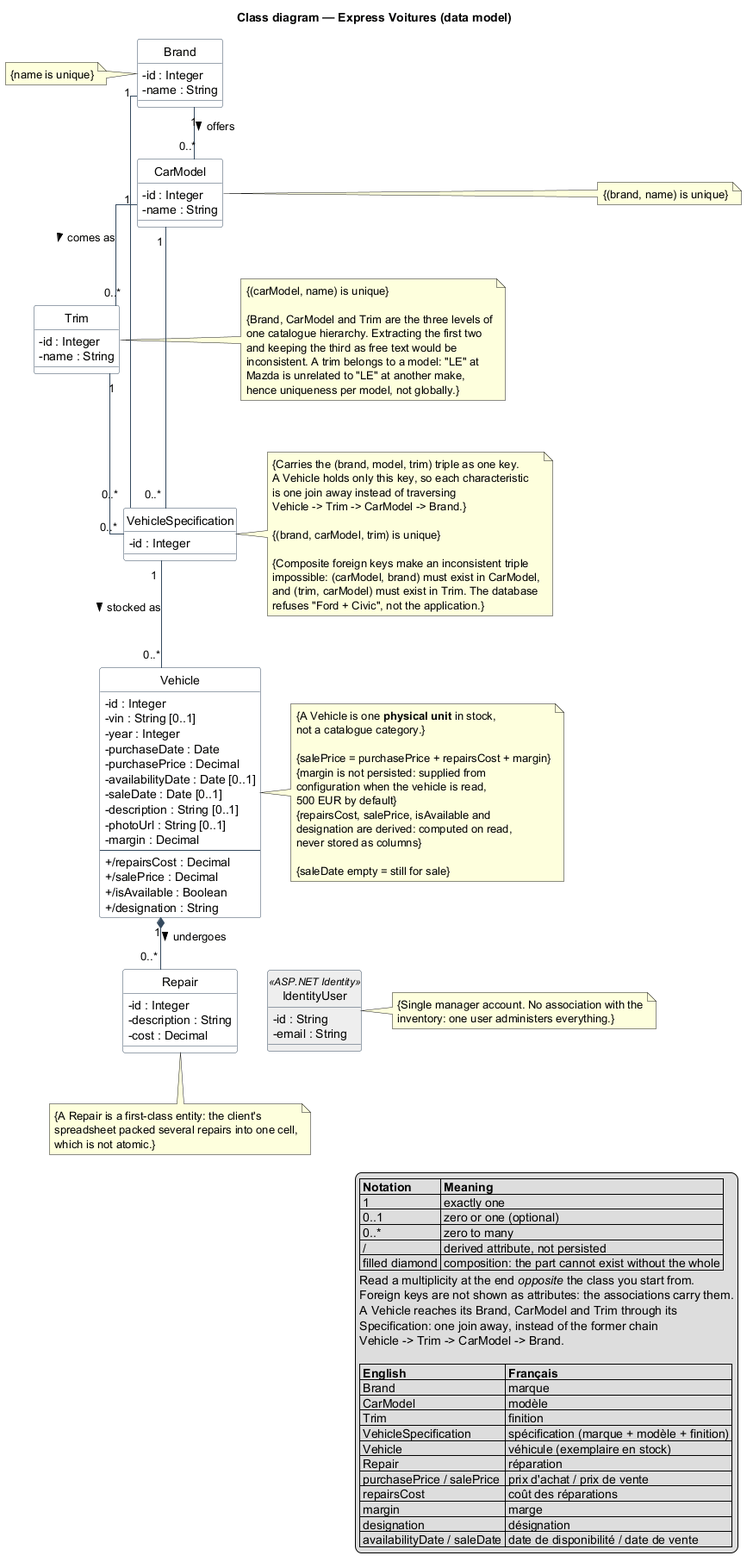
This is docs/uml/data-model.png from diasantoine/P5, a PlantUML export, as it was before one commit.
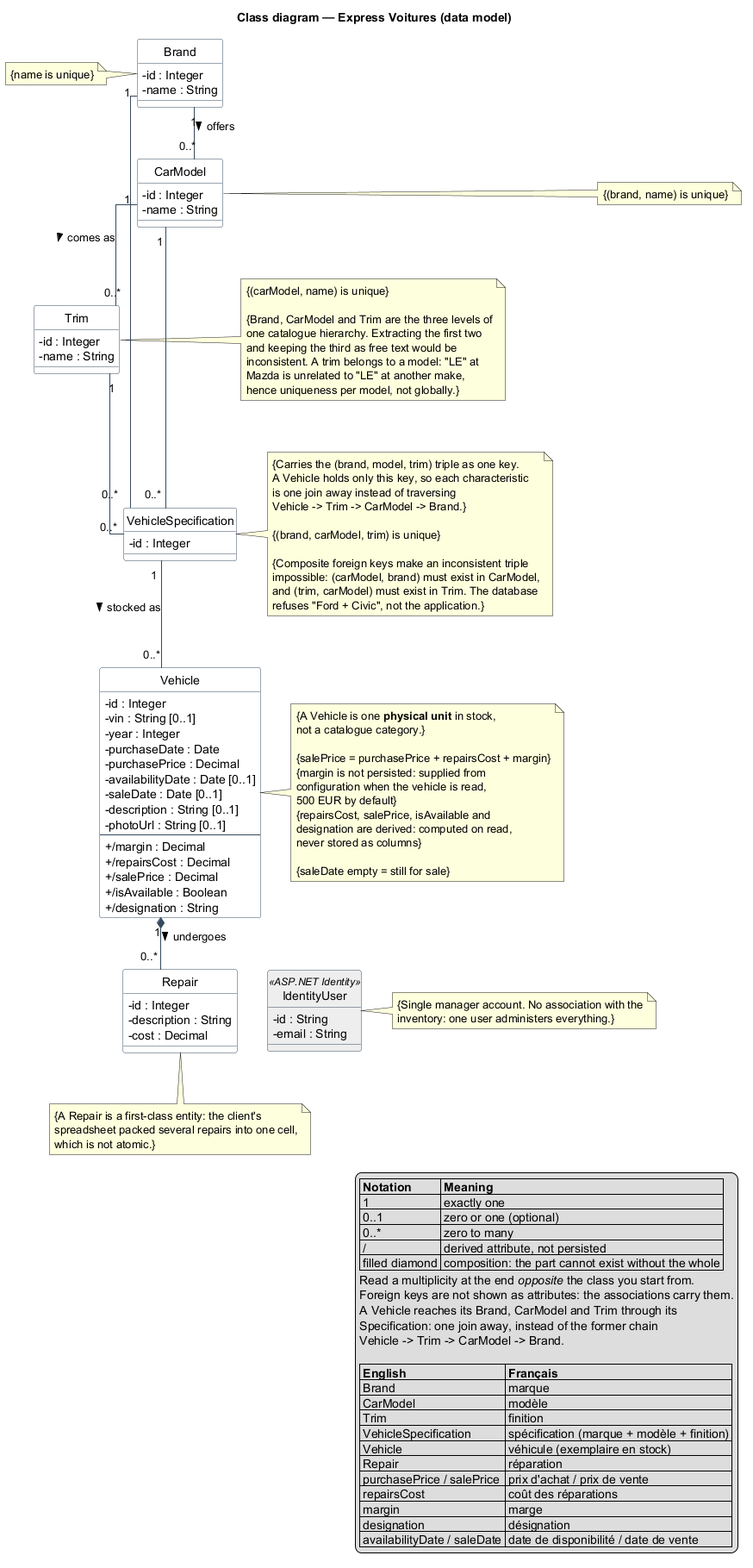
Above is the later version.

Commit message:
Corrige deux inexactitudes sur les diagrammes UML

The edit, as a diff of the source:
```diff
@@ -40,8 +40,8 @@
   -saleDate : Date [0..1]
   -description : String [0..1]
   -photoUrl : String [0..1]
-  -margin : Decimal
   --
+  +/margin : Decimal
   +/repairsCost : Decimal
   +/salePrice : Decimal
   +/isAvailable : Boolean
```
